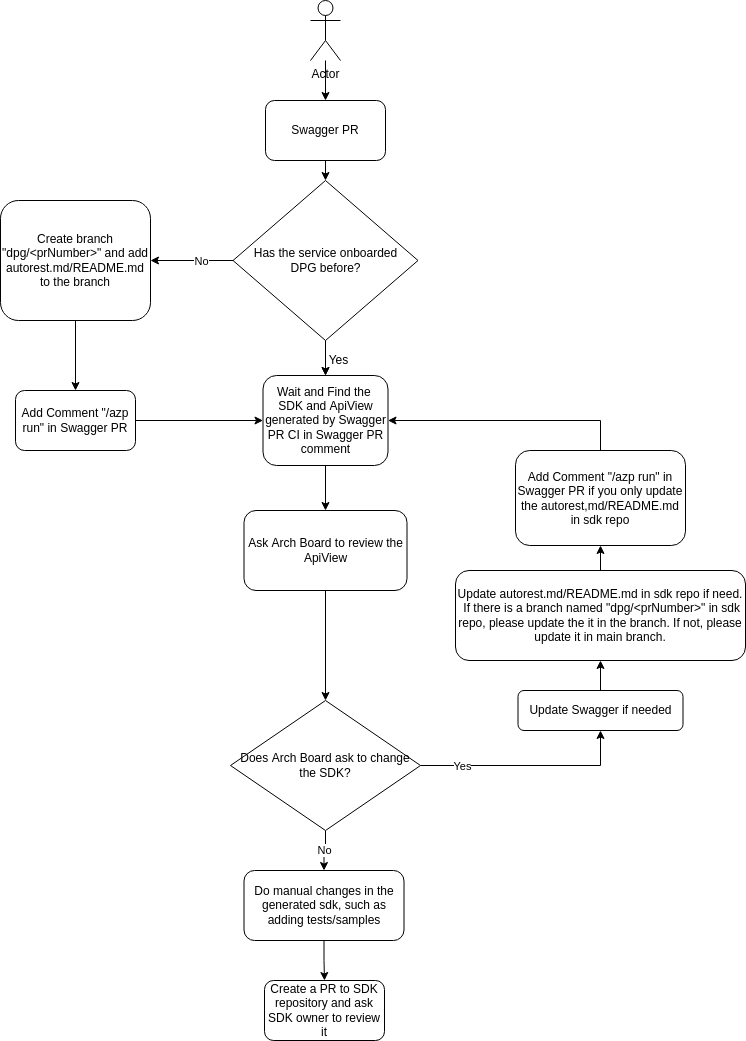
This is documentation/onboard-dpg-in-sdkautomation/workflow-service-team.png from Azure/azure-rest-api-specs, a draw.io export, as it was before one commit. Source tidied: cells renumbered, new cells last; positions are measured from the earlier drawing's top-left corner, leaving out a move shared by most shapes.
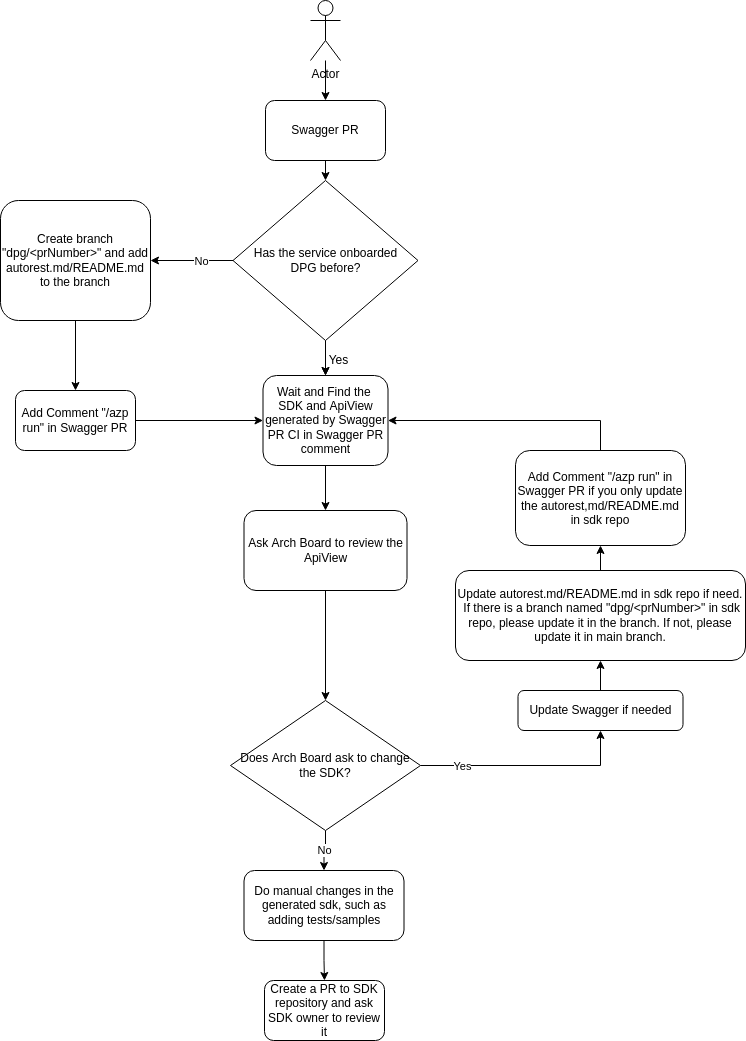
After the commit.

Commit message:
tune figure

Diff of the diagram source:
```diff
@@ -93,7 +93,7 @@
     <mxCell id="30" style="edgeStyle=orthogonalEdgeStyle;rounded=0;jettySize=auto;html=1;exitX=0.5;exitY=0;exitDx=0;exitDy=0;entryX=0.5;entryY=1;entryDx=0;entryDy=0;" parent="1" edge="1" source="31" target="18">
       <mxGeometry relative="1" as="geometry" />
     </mxCell>
-    <mxCell id="31" value="&lt;span&gt;Update autorest.md/README.md in sdk repo if need.&lt;br&gt;&amp;nbsp;If there is a branch named &quot;dpg/&amp;lt;prNumber&amp;gt;&quot; in sdk repo, please update the it in the branch. If not, please update it in main branch.&lt;/span&gt;" style="rounded=1;whiteSpace=wrap;html=1;" parent="1" vertex="1">
+    <mxCell id="31" value="&lt;span&gt;Update autorest.md/README.md in sdk repo if need.&lt;br&gt;&amp;nbsp;If there is a branch named &quot;dpg/&amp;lt;prNumber&amp;gt;&quot; in sdk repo, please update it in the branch. If not, please update it in main branch.&lt;/span&gt;" style="rounded=1;whiteSpace=wrap;html=1;" parent="1" vertex="1">
       <mxGeometry x="455" y="570" width="290" height="90" as="geometry" />
     </mxCell>
     <mxCell id="32" value="Create a PR to SDK repository and ask SDK owner to review it" style="rounded=1;whiteSpace=wrap;html=1;" parent="1" vertex="1">
```
